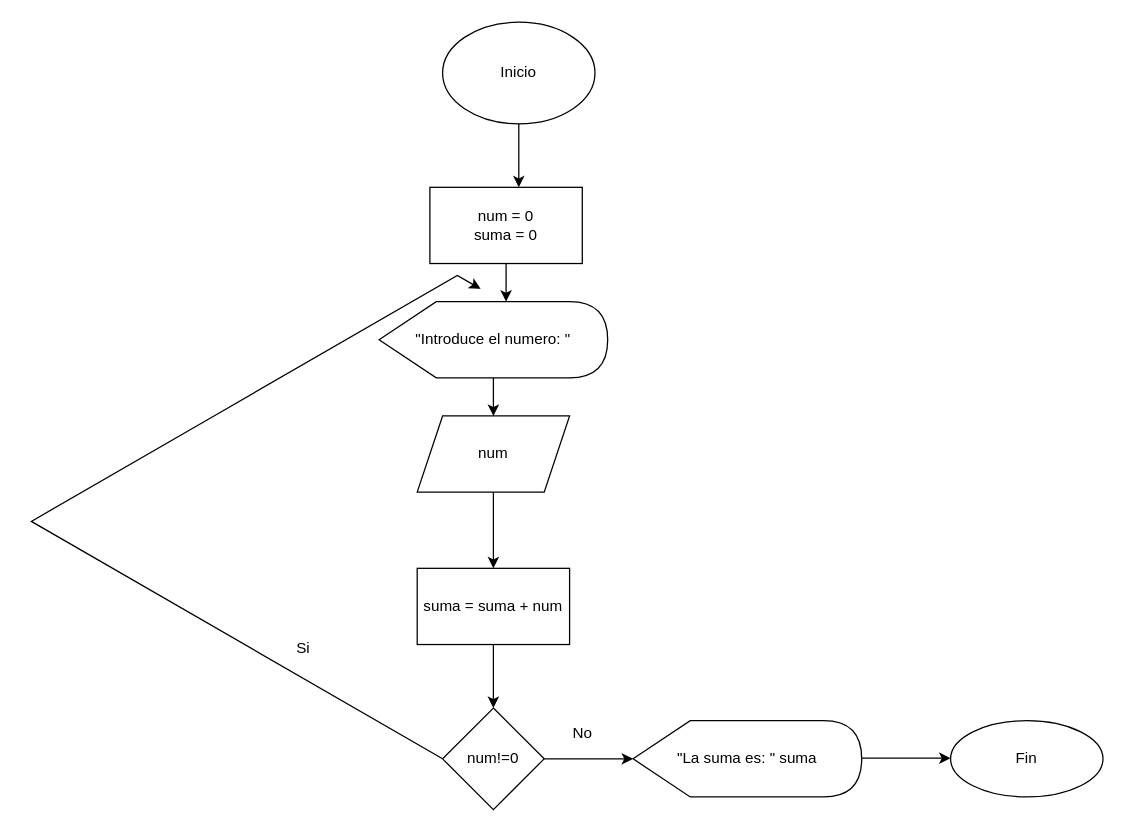
Before: Ejer2CasoPractico4.drawio in amjyebenes/DiagramasEntornos, a draw.io diagram. Source tidied: cells renumbered, new cells numbered last; positions are measured from the earlier drawing's top-left corner, leaving out a move shared by most shapes. Both pictures are drawn from the tidied source at 127%, with x=0, y=0 at pixel (213, 22).
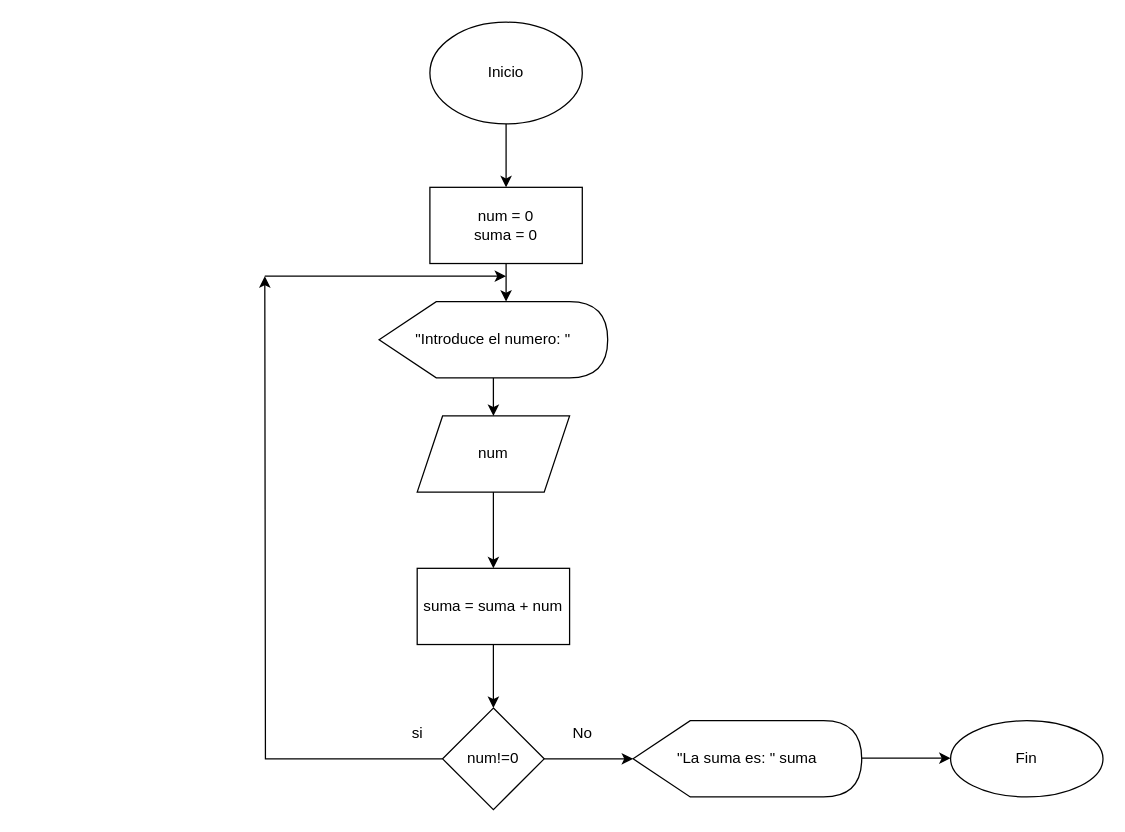
The same page after the edit.

Unchanged cells that the change refers to:
```xml
<mxCell id="7" value="&lt;div&gt;num = 0&lt;/div&gt;&lt;div&gt;suma = 0&lt;br&gt;&lt;/div&gt;" style="rounded=0;whiteSpace=wrap;html=1;" parent="1" vertex="1">
  <mxGeometry x="170" y="130" width="120" height="60" as="geometry" />
</mxCell>
<mxCell id="13" value="num!=0" style="rhombus;whiteSpace=wrap;html=1;" parent="1" vertex="1">
  <mxGeometry x="180" y="540" width="80" height="80" as="geometry" />
</mxCell>
```

Diff of the diagram source:
```diff
@@
-    <mxCell id="2" style="edgeStyle=orthogonalEdgeStyle;rounded=0;jettySize=auto;html=1;" parent="1" edge="1" source="3">
-      <mxGeometry relative="1" as="geometry">
-        <mxPoint x="240" y="130" as="targetPoint" />
-      </mxGeometry>
-    </mxCell>
+    <mxCell id="20" style="edgeStyle=orthogonalEdgeStyle;rounded=0;jettySize=auto;html=1;entryX=0.5;entryY=0;entryDx=0;entryDy=0;" parent="1" edge="1" source="3" target="7">
+      <mxGeometry relative="1" as="geometry" />
+    </mxCell>
     <mxCell id="3" value="Inicio" style="ellipse;whiteSpace=wrap;html=1;" parent="1" vertex="1">
-      <mxGeometry x="180" width="120" height="80" as="geometry" />
+      <mxGeometry x="170" width="120" height="80" as="geometry" />
     </mxCell>
@@
-    <mxCell id="12" style="rounded=0;jettySize=auto;html=1;edgeStyle=isometricEdgeStyle;elbow=vertical;exitX=0;exitY=0.5;exitDx=0;exitDy=0;" parent="1" edge="1" source="13">
-      <mxGeometry relative="1" as="geometry">
-        <mxPoint x="210" y="210" as="targetPoint" />
-        <Array as="points">
-          <mxPoint y="310" />
-        </Array>
-      </mxGeometry>
-    </mxCell>
+    <mxCell id="21" style="edgeStyle=orthogonalEdgeStyle;rounded=0;jettySize=auto;html=1;" parent="1" edge="1" source="13">
+      <mxGeometry relative="1" as="geometry">
+        <mxPoint x="40" y="200" as="targetPoint" />
+      </mxGeometry>
+    </mxCell>
@@
-    <mxCell id="14" value="&lt;div&gt;Si&lt;/div&gt;&lt;div&gt;&lt;br&gt;&lt;/div&gt;" style="text;html=1;align=center;verticalAlign=middle;strokeColor=none;fillColor=none;" parent="1" vertex="1">
-      <mxGeometry x="55" y="485" width="30" height="30" as="geometry" />
-    </mxCell>
@@
+    <mxCell id="22" style="edgeStyle=segmentEdgeStyle;endArrow=classic;html=1;rounded=0;" parent="1" edge="1">
+      <mxGeometry relative="1" as="geometry">
+        <mxPoint x="40" y="200" as="sourcePoint" />
+        <mxPoint x="230" y="200" as="targetPoint" />
+      </mxGeometry>
+    </mxCell>
+    <mxCell id="23" value="si" style="text;html=1;align=center;verticalAlign=middle;strokeColor=none;fillColor=none;" parent="1" vertex="1">
+      <mxGeometry x="150" y="550" width="20" height="20" as="geometry" />
+    </mxCell>
```
